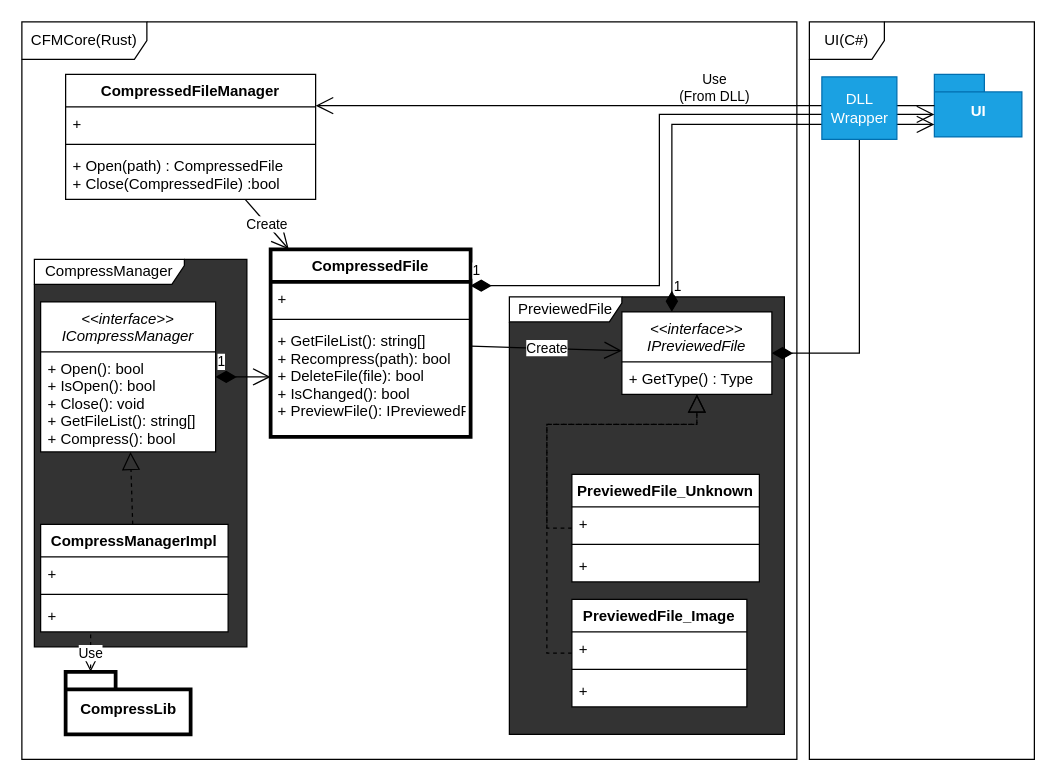
Before: Document/UML.drawio in HDJwork/CompressedFileManager, a draw.io diagram. Source tidied: cells renumbered, new cells numbered last; positions are measured from the earlier drawing's top-left corner, leaving out a move shared by most shapes. Both pictures are drawn from the tidied source at 125%, with x=0, y=0 at pixel (21, 21).
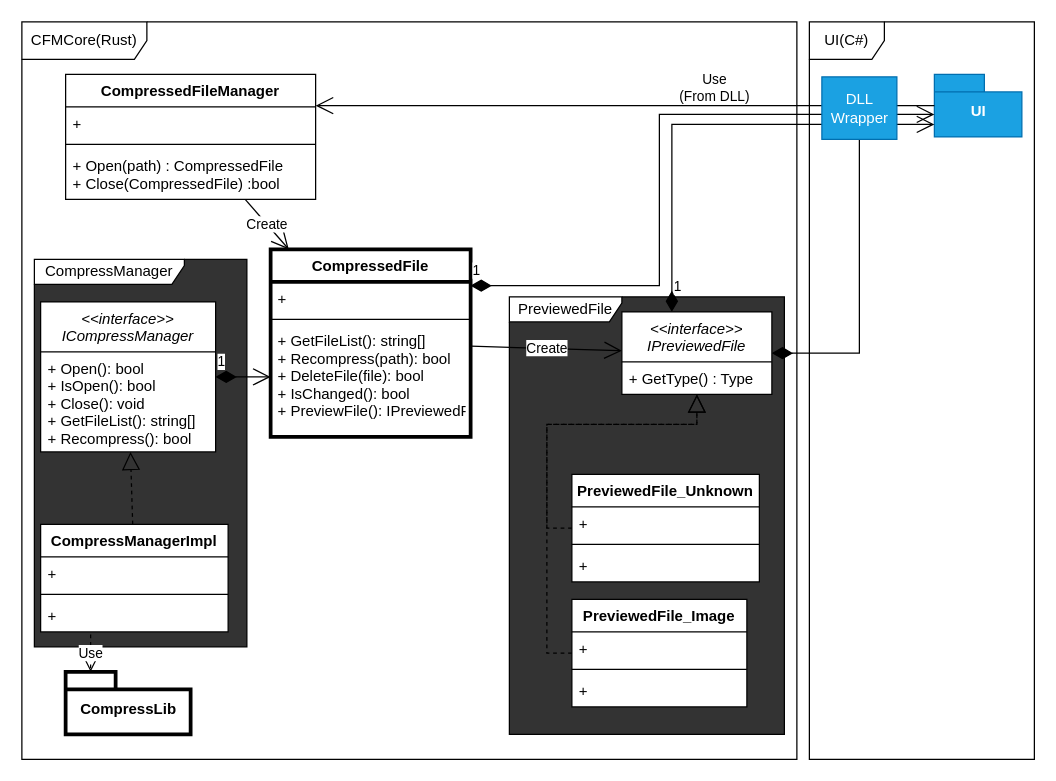
The same page after the edit.

The change refers to these unchanged cells:
```xml
<mxCell id="17" value="&lt;&lt;interface&gt;&gt;&#10;ICompressManager" style="swimlane;fontStyle=2;align=center;verticalAlign=top;horizontal=1;startSize=40;swimlaneFillColor=default;" parent="1" vertex="1">
  <mxGeometry x="15" y="224" width="140" height="120" as="geometry" />
</mxCell>
```

Change to the diagram source:
```diff
@@
-    <mxCell id="18" value="+ Open(): bool&#10;+ IsOpen(): bool&#10;+ Close(): void&#10;+ GetFileList(): string[]&#10;+ Compress(): bool" style="text;strokeColor=none;fillColor=none;align=left;verticalAlign=top;spacingLeft=4;spacingRight=4;overflow=hidden;" parent="17" vertex="1">
+    <mxCell id="18" value="+ Open(): bool&#10;+ IsOpen(): bool&#10;+ Close(): void&#10;+ GetFileList(): string[]&#10;+ Recompress(): bool" style="text;strokeColor=none;fillColor=none;align=left;verticalAlign=top;spacingLeft=4;spacingRight=4;overflow=hidden;" parent="17" vertex="1">
       <mxGeometry y="40" width="140" height="80" as="geometry" />
     </mxCell>
```
